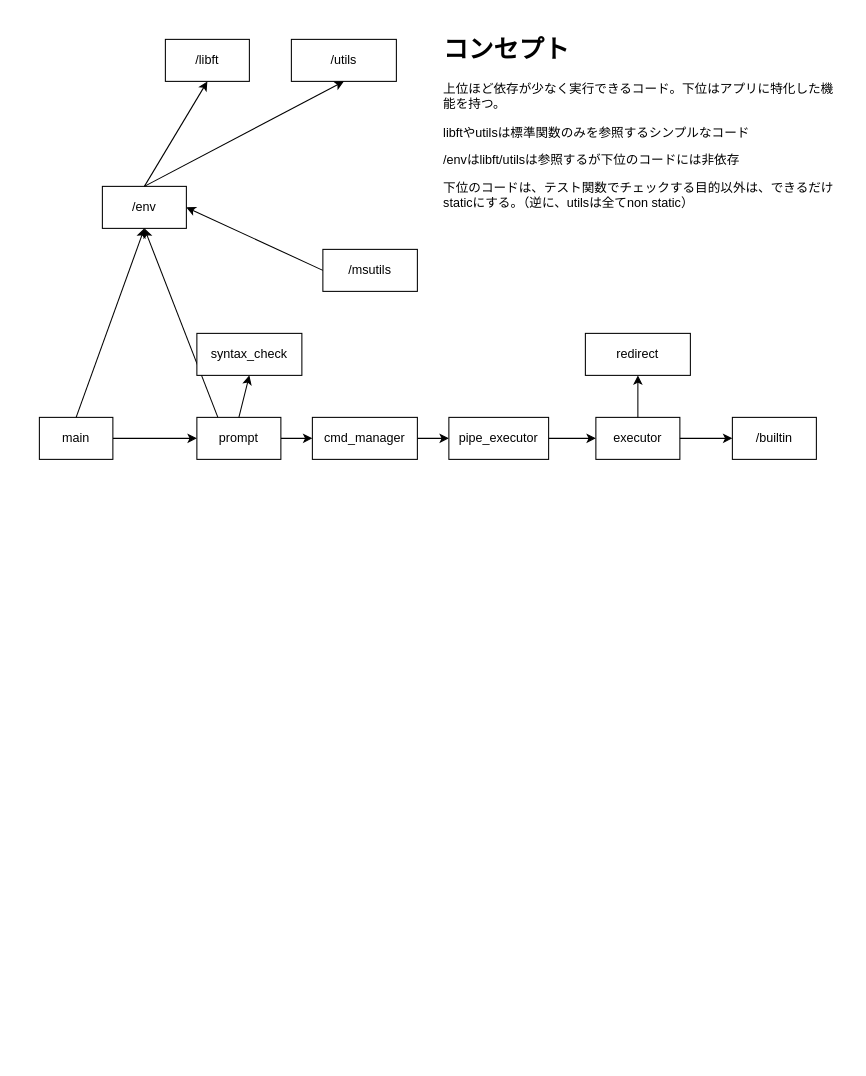
Before: page "モジュール関連図" (5 of 5) of design/diagram.drawio in Toshiki-Nakamura/minishell, a draw.io diagram. Source tidied: cells renumbered, new cells numbered last; positions are measured from the earlier drawing's top-left corner, leaving out a move shared by most shapes. Both pictures are drawn from the tidied source at 105%, with x=0, y=0 at pixel (39, 28).
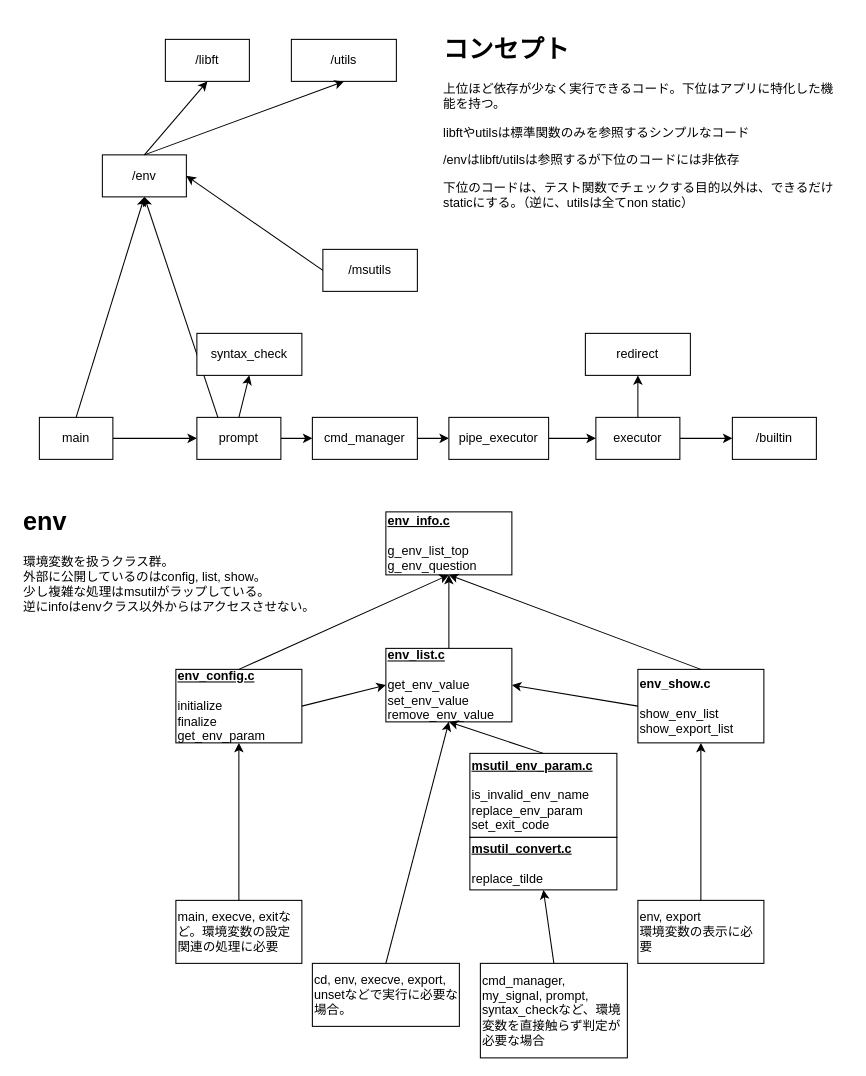
The same page after the edit.

What changed in the source:
```diff
@@
     <mxCell id="12" value="/env" style="rounded=0;whiteSpace=wrap;html=1;" parent="1" vertex="1">
-      <mxGeometry x="60" y="150" width="80" height="40" as="geometry" />
+      <mxGeometry x="60" y="120" width="80" height="40" as="geometry" />
     </mxCell>
@@
+    <mxCell id="27" value="&lt;h1&gt;env&lt;/h1&gt;&lt;p&gt;環境変数を扱うクラス群。&lt;br&gt;外部に公開しているのはconfig, list, show。&lt;br&gt;少し複雑な処理はmsutilがラップしている。&lt;br&gt;逆にinfoはenvクラス以外からはアクセスさせない。&lt;/p&gt;" style="text;html=1;strokeColor=none;fillColor=none;spacing=5;spacingTop=-20;whiteSpace=wrap;overflow=hidden;rounded=0;" parent="1" vertex="1">
+      <mxGeometry x="-20" y="450" width="320" height="120" as="geometry" />
+    </mxCell>
+    <mxCell id="28" value="&lt;b&gt;&lt;u&gt;env_info.c&lt;/u&gt;&lt;/b&gt;&lt;br&gt;&lt;br&gt;g_env_list_top&lt;br&gt;g_env_question" style="rounded=0;whiteSpace=wrap;html=1;align=left;" parent="1" vertex="1">
+      <mxGeometry x="330" y="460" width="120" height="60" as="geometry" />
+    </mxCell>
+    <mxCell id="29" value="&lt;b&gt;env_show.c&lt;/b&gt;&lt;br&gt;&lt;br&gt;show_env_list&lt;br&gt;show_export_list&lt;br&gt;" style="rounded=0;whiteSpace=wrap;html=1;align=left;" parent="1" vertex="1">
+      <mxGeometry x="570" y="610" width="120" height="70" as="geometry" />
+    </mxCell>
+    <mxCell id="30" value="&lt;b&gt;&lt;u&gt;env_list.c&lt;/u&gt;&lt;/b&gt;&lt;br&gt;&lt;br&gt;get_env_value&lt;br&gt;set_env_value&lt;br&gt;remove_env_value" style="rounded=0;whiteSpace=wrap;html=1;align=left;" parent="1" vertex="1">
+      <mxGeometry x="330" y="590" width="120" height="70" as="geometry" />
+    </mxCell>
+    <mxCell id="31" style="endArrow=none;startArrow=classic;html=1;endFill=0;entryX=0.5;entryY=0;entryDx=0;entryDy=0;exitX=0.5;exitY=1;exitDx=0;exitDy=0;" parent="1" edge="1" source="28" target="30">
+      <mxGeometry relative="1" as="geometry" />
+    </mxCell>
+    <mxCell id="32" style="endArrow=classic;html=1;exitX=0;exitY=0.5;exitDx=0;exitDy=0;entryX=1;entryY=0.5;entryDx=0;entryDy=0;" parent="1" edge="1" source="29" target="30">
+      <mxGeometry relative="1" as="geometry" />
+    </mxCell>
+    <mxCell id="33" value="&lt;b&gt;&lt;u&gt;env_config.c&lt;/u&gt;&lt;/b&gt;&lt;br&gt;&lt;br&gt;initialize&lt;br&gt;finalize&lt;br&gt;get_env_param" style="rounded=0;whiteSpace=wrap;html=1;align=left;" parent="1" vertex="1">
+      <mxGeometry x="130" y="610" width="120" height="70" as="geometry" />
+    </mxCell>
+    <mxCell id="34" style="endArrow=classic;html=1;exitX=0.5;exitY=0;exitDx=0;exitDy=0;entryX=0.5;entryY=1;entryDx=0;entryDy=0;" parent="1" edge="1" source="33" target="28">
+      <mxGeometry relative="1" as="geometry" />
+    </mxCell>
+    <mxCell id="35" style="endArrow=classic;html=1;exitX=0.5;exitY=0;exitDx=0;exitDy=0;entryX=0.5;entryY=1;entryDx=0;entryDy=0;" parent="1" edge="1" source="29" target="28">
+      <mxGeometry relative="1" as="geometry" />
+    </mxCell>
+    <mxCell id="36" style="endArrow=classic;html=1;exitX=1;exitY=0.5;exitDx=0;exitDy=0;entryX=0;entryY=0.5;entryDx=0;entryDy=0;" parent="1" edge="1" source="33" target="30">
+      <mxGeometry relative="1" as="geometry" />
+    </mxCell>
+    <mxCell id="37" value="main, execve, exitなど。環境変数の設定関連の処理に必要" style="rounded=0;whiteSpace=wrap;html=1;align=left;" parent="1" vertex="1">
+      <mxGeometry x="130" y="830" width="120" height="60" as="geometry" />
+    </mxCell>
+    <mxCell id="38" style="endArrow=classic;html=1;exitX=0.5;exitY=0;exitDx=0;exitDy=0;entryX=0.5;entryY=1;entryDx=0;entryDy=0;" parent="1" edge="1" source="37" target="33">
+      <mxGeometry relative="1" as="geometry" />
+    </mxCell>
+    <mxCell id="39" value="env, export&lt;br&gt;環境変数の表示に必要" style="rounded=0;whiteSpace=wrap;html=1;align=left;" parent="1" vertex="1">
+      <mxGeometry x="570" y="830" width="120" height="60" as="geometry" />
+    </mxCell>
+    <mxCell id="40" style="endArrow=classic;html=1;exitX=0.5;exitY=0;exitDx=0;exitDy=0;entryX=0.5;entryY=1;entryDx=0;entryDy=0;" parent="1" edge="1" source="39" target="29">
+      <mxGeometry relative="1" as="geometry" />
+    </mxCell>
+    <mxCell id="41" value="cd, env, execve, export, unsetなどで実行に必要な場合。" style="rounded=0;whiteSpace=wrap;html=1;align=left;" parent="1" vertex="1">
+      <mxGeometry x="260" y="890" width="140" height="60" as="geometry" />
+    </mxCell>
+    <mxCell id="42" value="&lt;u&gt;&lt;b&gt;msutil_env_param.c&lt;/b&gt;&lt;/u&gt;&lt;br&gt;&lt;br&gt;is_invalid_env_name&lt;br&gt;replace_env_param&lt;br&gt;set_exit_code" style="rounded=0;whiteSpace=wrap;html=1;align=left;" parent="1" vertex="1">
+      <mxGeometry x="410" y="690" width="140" height="80" as="geometry" />
+    </mxCell>
+    <mxCell id="43" style="endArrow=classic;html=1;entryX=0.5;entryY=1;entryDx=0;entryDy=0;exitX=0.5;exitY=0;exitDx=0;exitDy=0;" parent="1" edge="1" source="42" target="30">
+      <mxGeometry relative="1" as="geometry" />
+    </mxCell>
+    <mxCell id="44" value="&lt;u&gt;&lt;b&gt;msutil_convert.c&lt;/b&gt;&lt;/u&gt;&lt;br&gt;&lt;br&gt;replace_tilde" style="rounded=0;whiteSpace=wrap;html=1;align=left;" parent="1" vertex="1">
+      <mxGeometry x="410" y="770" width="140" height="50" as="geometry" />
+    </mxCell>
+    <mxCell id="45" style="endArrow=classic;html=1;exitX=0.5;exitY=0;exitDx=0;exitDy=0;entryX=0.5;entryY=1;entryDx=0;entryDy=0;" parent="1" edge="1" source="41" target="30">
+      <mxGeometry relative="1" as="geometry" />
+    </mxCell>
+    <mxCell id="46" value="cmd_manager, my_signal, prompt, syntax_checkなど、環境変数を直接触らず判定が必要な場合" style="rounded=0;whiteSpace=wrap;html=1;align=left;" parent="1" vertex="1">
+      <mxGeometry x="420" y="890" width="140" height="90" as="geometry" />
+    </mxCell>
+    <mxCell id="47" style="endArrow=classic;html=1;exitX=0.5;exitY=0;exitDx=0;exitDy=0;entryX=0.5;entryY=1;entryDx=0;entryDy=0;" parent="1" edge="1" source="46" target="44">
+      <mxGeometry relative="1" as="geometry" />
+    </mxCell>
```
